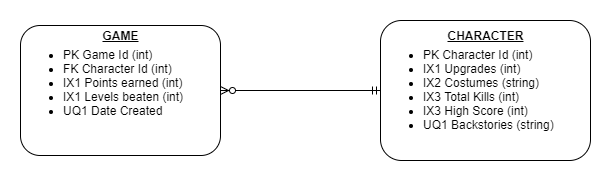
Above: docs/erd.png in Rlong1218/endless-evil (draw.io), before the change. Source tidied: cells renumbered, new cells last; positions are measured from the earlier drawing's top-left corner, leaving out a move shared by most shapes.
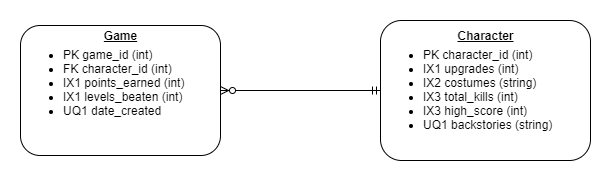
The same diagram one commit later.

Commit message:
Updated Wireframe and ERD

Diff of the diagram source:
```diff
@@ -2,19 +2,19 @@
   <root>
     <mxCell id="0" />
     <mxCell id="1" parent="0" />
-    <mxCell id="2" value="&lt;ul&gt;&lt;li&gt;PK Game Id (int)&lt;/li&gt;&lt;li&gt;FK Character Id (int)&lt;/li&gt;&lt;li&gt;&lt;span&gt;IX1 Points earned (int)&lt;/span&gt;&lt;/li&gt;&lt;li&gt;IX1 Levels beaten (int)&lt;/li&gt;&lt;li&gt;UQ1 Date Created&lt;/li&gt;&lt;/ul&gt;&lt;span&gt;&lt;br&gt;&lt;/span&gt;" style="rounded=1;whiteSpace=wrap;html=1;align=left;" parent="1" vertex="1">
+    <mxCell id="2" value="&lt;ul&gt;&lt;li&gt;PK game_id (int)&lt;/li&gt;&lt;li&gt;FK character_id (int)&lt;/li&gt;&lt;li&gt;&lt;span&gt;IX1 points_earned (int)&lt;/span&gt;&lt;/li&gt;&lt;li&gt;IX1 levels_beaten (int)&lt;/li&gt;&lt;li&gt;UQ1 date_created&lt;/li&gt;&lt;/ul&gt;&lt;span&gt;&lt;br&gt;&lt;/span&gt;" style="rounded=1;whiteSpace=wrap;html=1;align=left;" parent="1" vertex="1">
       <mxGeometry y="5" width="200" height="130" as="geometry" />
     </mxCell>
-    <mxCell id="3" value="&lt;ul&gt;&lt;li&gt;PK Character Id (int)&lt;/li&gt;&lt;li&gt;&lt;span&gt;IX1 Upgrades (int)&lt;/span&gt;&lt;/li&gt;&lt;li&gt;IX2 Costumes (string)&lt;/li&gt;&lt;li&gt;IX3 Total Kills (int)&lt;/li&gt;&lt;li&gt;IX3 High Score (int)&lt;/li&gt;&lt;li&gt;UQ1 Backstories (string)&lt;/li&gt;&lt;/ul&gt;" style="rounded=1;whiteSpace=wrap;html=1;align=left;" parent="1" vertex="1">
+    <mxCell id="3" value="&lt;ul&gt;&lt;li&gt;PK character_id (int)&lt;/li&gt;&lt;li&gt;&lt;span&gt;IX1 upgrades (int)&lt;/span&gt;&lt;/li&gt;&lt;li&gt;IX2 costumes (string)&lt;/li&gt;&lt;li&gt;IX3 total_kills (int)&lt;/li&gt;&lt;li&gt;IX3 high_score (int)&lt;/li&gt;&lt;li&gt;UQ1 backstories (string)&lt;/li&gt;&lt;/ul&gt;" style="rounded=1;whiteSpace=wrap;html=1;align=left;" parent="1" vertex="1">
       <mxGeometry x="360" width="210" height="140" as="geometry" />
     </mxCell>
-    <mxCell id="4" value="GAME" style="text;html=1;strokeColor=none;fillColor=none;align=center;verticalAlign=middle;whiteSpace=wrap;rounded=0;fontStyle=5;" parent="1" vertex="1">
+    <mxCell id="4" value="Game" style="text;html=1;strokeColor=none;fillColor=none;align=center;verticalAlign=middle;whiteSpace=wrap;rounded=0;fontStyle=5;" parent="1" vertex="1">
       <mxGeometry x="80" y="5" width="40" height="20" as="geometry" />
     </mxCell>
     <mxCell id="5" style="endArrow=ERmandOne;html=1;exitX=1;exitY=0.5;exitDx=0;exitDy=0;entryX=0;entryY=0.5;entryDx=0;entryDy=0;startArrow=ERzeroToMany;startFill=1;endFill=0;" parent="1" edge="1" source="2" target="3">
       <mxGeometry relative="1" as="geometry" />
     </mxCell>
-    <mxCell id="6" value="CHARACTER" style="text;html=1;strokeColor=none;fillColor=none;align=center;verticalAlign=middle;whiteSpace=wrap;rounded=0;fontStyle=5;" parent="1" vertex="1">
+    <mxCell id="6" value="Character" style="text;html=1;strokeColor=none;fillColor=none;align=center;verticalAlign=middle;whiteSpace=wrap;rounded=0;fontStyle=5;" parent="1" vertex="1">
       <mxGeometry x="420" width="90" height="30" as="geometry" />
     </mxCell>
   </root>
```
